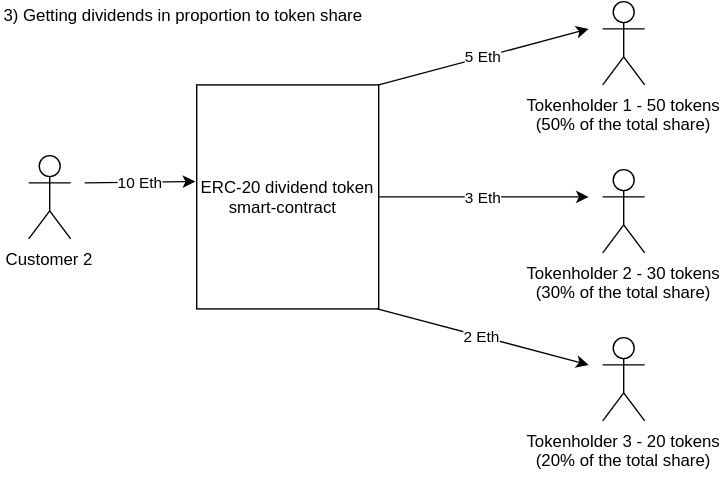
This is docs/images/dividends/image2_dividends.svg from BANKEX/asset-toolkit, a draw.io export, as it was before one commit. Source tidied: cells renumbered, new cells last; positions are measured from the earlier drawing's top-left corner, leaving out a move shared by most shapes. Source of this version:
```xml
<mxGraphModel background="#ffffff">
  <root>
    <mxCell id="0" />
    <mxCell id="1" parent="0" />
    <mxCell id="2" value="ERC-20 dividend token smart-contract&amp;nbsp;&amp;nbsp;" style="rounded=0;whiteSpace=wrap;html=1;" parent="1" vertex="1">
      <mxGeometry x="140" y="60" width="130" height="160" as="geometry" />
    </mxCell>
    <mxCell id="3" value="Tokenholder 1 - 50 tokens&lt;br&gt;(50% of the total share)&lt;br&gt;&lt;br&gt;" style="shape=umlActor;verticalLabelPosition=bottom;labelBackgroundColor=#ffffff;verticalAlign=top;html=1;" parent="1" vertex="1">
      <mxGeometry x="430" width="30" height="60" as="geometry" />
    </mxCell>
    <mxCell id="4" value="Customer 2" style="shape=umlActor;verticalLabelPosition=bottom;labelBackgroundColor=#ffffff;verticalAlign=top;html=1;" parent="1" vertex="1">
      <mxGeometry x="20" y="110" width="30" height="60" as="geometry" />
    </mxCell>
    <mxCell id="5" value="10 Eth" style="endArrow=classic;html=1;" parent="1" edge="1">
      <mxGeometry relative="1" as="geometry">
        <mxPoint x="60" y="130" as="sourcePoint" />
        <mxPoint x="139" y="129" as="targetPoint" />
      </mxGeometry>
    </mxCell>
    <mxCell id="6" value="5 Eth" style="endArrow=classic;html=1;" parent="1" edge="1">
      <mxGeometry relative="1" as="geometry">
        <mxPoint x="270" y="60" as="sourcePoint" />
        <mxPoint x="420" y="20" as="targetPoint" />
      </mxGeometry>
    </mxCell>
    <mxCell id="7" value="3 Eth" style="endArrow=classic;html=1;" parent="1" edge="1" source="2">
      <mxGeometry relative="1" as="geometry">
        <mxPoint x="420" y="140" as="targetPoint" />
      </mxGeometry>
    </mxCell>
    <mxCell id="8" value="2 Eth" style="endArrow=classic;html=1;exitX=0.991;exitY=0.999;exitPerimeter=0;" parent="1" edge="1" source="2">
      <mxGeometry relative="1" as="geometry">
        <mxPoint x="420" y="260" as="targetPoint" />
      </mxGeometry>
    </mxCell>
    <mxCell id="9" value="Tokenholder 2 - 30 tokens&lt;br&gt;(30% of the total share)&lt;br&gt;&lt;br&gt;" style="shape=umlActor;verticalLabelPosition=bottom;labelBackgroundColor=#ffffff;verticalAlign=top;html=1;" parent="1" vertex="1">
      <mxGeometry x="430" y="120" width="30" height="60" as="geometry" />
    </mxCell>
    <mxCell id="10" value="Tokenholder 3 - 20 tokens&lt;br&gt;(20% of the total share)&lt;br&gt;&lt;br&gt;" style="shape=umlActor;verticalLabelPosition=bottom;labelBackgroundColor=#ffffff;verticalAlign=top;html=1;" parent="1" vertex="1">
      <mxGeometry x="430" y="240" width="30" height="60" as="geometry" />
    </mxCell>
    <mxCell id="11" value="3) Getting dividends in proportion to token share" style="text;html=1;strokeColor=none;fillColor=none;align=center;verticalAlign=middle;whiteSpace=wrap;rounded=0;" parent="1" vertex="1">
      <mxGeometry width="260" height="20" as="geometry" />
    </mxCell>
  </root>
</mxGraphModel>
```
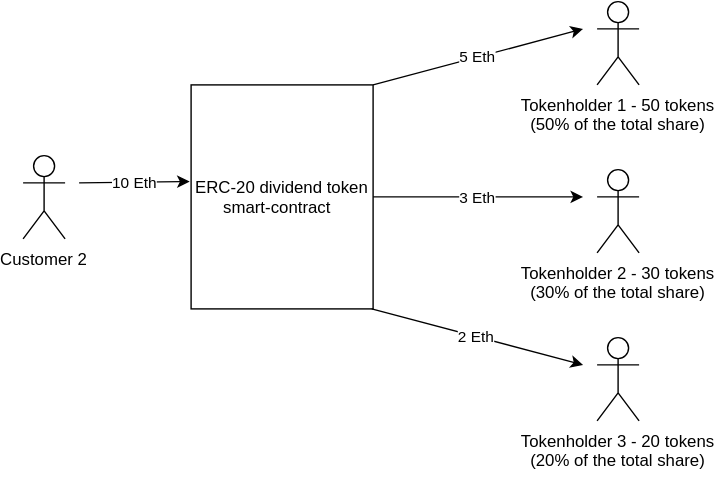
The same diagram one commit later.

Change to the diagram source:
```diff
@@ -39,8 +39,5 @@
     <mxCell id="10" value="Tokenholder 3 - 20 tokens&lt;br&gt;(20% of the total share)&lt;br&gt;&lt;br&gt;" style="shape=umlActor;verticalLabelPosition=bottom;labelBackgroundColor=#ffffff;verticalAlign=top;html=1;" parent="1" vertex="1">
       <mxGeometry x="430" y="240" width="30" height="60" as="geometry" />
     </mxCell>
-    <mxCell id="11" value="3) Getting dividends in proportion to token share" style="text;html=1;strokeColor=none;fillColor=none;align=center;verticalAlign=middle;whiteSpace=wrap;rounded=0;" parent="1" vertex="1">
-      <mxGeometry width="260" height="20" as="geometry" />
-    </mxCell>
   </root>
 </mxGraphModel>
```
